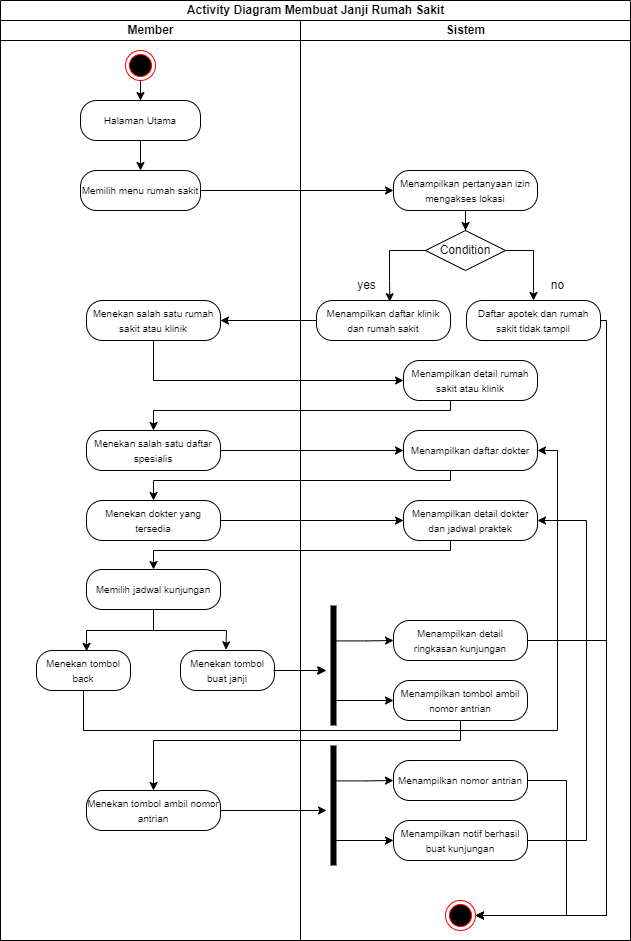
The draw.io diagram activity diagram/Member/buat janji rs.drawio.png in Muhamadrafliseptian/rancangan-sistem-dan-dokumen, before a commit. Source tidied: cells renumbered, new cells last; positions are measured from the earlier drawing's top-left corner, leaving out a move shared by most shapes. Source of this version:
```xml
<mxGraphModel>
  <root>
    <mxCell id="0" />
    <mxCell id="1" parent="0" />
    <mxCell id="2" value="Activity Diagram Membuat Janji Rumah Sakit" style="swimlane;startSize=20;html=1;" parent="1" vertex="1">
      <mxGeometry width="630" height="940" as="geometry" />
    </mxCell>
    <mxCell id="3" value="Member" style="swimlane;startSize=20;html=1;" parent="2" vertex="1">
      <mxGeometry y="20" width="300" height="920" as="geometry" />
    </mxCell>
    <mxCell id="4" style="edgeStyle=orthogonalEdgeStyle;rounded=0;jettySize=auto;html=1;" parent="3" edge="1" source="5" target="7">
      <mxGeometry relative="1" as="geometry" />
    </mxCell>
    <mxCell id="5" style="ellipse;html=1;shape=endState;fillColor=#000000;strokeColor=#ff0000;" parent="3" vertex="1">
      <mxGeometry x="125" y="30" width="30" height="30" as="geometry" />
    </mxCell>
    <mxCell id="6" style="edgeStyle=orthogonalEdgeStyle;rounded=0;jettySize=auto;html=1;" parent="3" edge="1" source="7" target="8">
      <mxGeometry relative="1" as="geometry" />
    </mxCell>
    <mxCell id="7" value="&lt;font style=&quot;font-size: 10px;&quot;&gt;Halaman Utama&lt;/font&gt;" style="rounded=1;whiteSpace=wrap;html=1;arcSize=40;fontColor=#000000;fillColor=default;strokeColor=default;" parent="3" vertex="1">
      <mxGeometry x="80" y="80" width="120" height="40" as="geometry" />
    </mxCell>
    <mxCell id="8" value="&lt;font style=&quot;font-size: 10px;&quot;&gt;Memilih menu rumah sakit&lt;/font&gt;" style="rounded=1;whiteSpace=wrap;html=1;arcSize=40;fontColor=#000000;fillColor=default;strokeColor=default;" parent="3" vertex="1">
      <mxGeometry x="80" y="150" width="120" height="40" as="geometry" />
    </mxCell>
    <mxCell id="9" value="&lt;font style=&quot;font-size: 10px;&quot;&gt;Menekan salah satu rumah sakit atau klinik&lt;/font&gt;" style="rounded=1;whiteSpace=wrap;html=1;arcSize=40;fontColor=#000000;fillColor=default;strokeColor=default;" parent="3" vertex="1">
      <mxGeometry x="86" y="280" width="134" height="40" as="geometry" />
    </mxCell>
    <mxCell id="10" value="&lt;font style=&quot;font-size: 10px;&quot;&gt;Menekan salah satu daftar spesialis&lt;/font&gt;" style="rounded=1;whiteSpace=wrap;html=1;arcSize=40;fontColor=#000000;fillColor=default;strokeColor=default;" parent="3" vertex="1">
      <mxGeometry x="86" y="410" width="134" height="40" as="geometry" />
    </mxCell>
    <mxCell id="11" value="&lt;font style=&quot;font-size: 10px;&quot;&gt;Menekan dokter yang tersedia&lt;/font&gt;" style="rounded=1;whiteSpace=wrap;html=1;arcSize=40;fontColor=#000000;fillColor=default;strokeColor=default;" parent="3" vertex="1">
      <mxGeometry x="86" y="480" width="134" height="40" as="geometry" />
    </mxCell>
    <mxCell id="12" value="&lt;font style=&quot;font-size: 10px;&quot;&gt;Memilih jadwal kunjungan&lt;/font&gt;" style="rounded=1;whiteSpace=wrap;html=1;arcSize=40;fontColor=#000000;fillColor=default;strokeColor=default;" parent="3" vertex="1">
      <mxGeometry x="86" y="549" width="134" height="40" as="geometry" />
    </mxCell>
    <mxCell id="13" value="&lt;font style=&quot;font-size: 10px;&quot;&gt;Menekan tombol buat janji&lt;/font&gt;" style="rounded=1;whiteSpace=wrap;html=1;arcSize=40;fontColor=#000000;fillColor=default;strokeColor=default;" parent="3" vertex="1">
      <mxGeometry x="180" y="630" width="94" height="40" as="geometry" />
    </mxCell>
    <mxCell id="14" value="&lt;font style=&quot;font-size: 10px;&quot;&gt;Menekan tombol back&lt;/font&gt;" style="rounded=1;whiteSpace=wrap;html=1;arcSize=40;fontColor=#000000;fillColor=default;strokeColor=default;" parent="3" vertex="1">
      <mxGeometry x="36" y="630" width="94" height="40" as="geometry" />
    </mxCell>
    <mxCell id="15" style="endArrow=none;html=1;rounded=0;strokeColor=default;" parent="3" edge="1">
      <mxGeometry relative="1" as="geometry">
        <mxPoint x="86" y="610" as="sourcePoint" />
        <mxPoint x="226" y="610" as="targetPoint" />
      </mxGeometry>
    </mxCell>
    <mxCell id="16" value="&lt;font style=&quot;font-size: 10px;&quot;&gt;Menekan tombol ambil nomor antrian&lt;/font&gt;" style="rounded=1;whiteSpace=wrap;html=1;arcSize=40;fontColor=#000000;fillColor=default;strokeColor=default;" parent="3" vertex="1">
      <mxGeometry x="86" y="770" width="134" height="40" as="geometry" />
    </mxCell>
    <mxCell id="17" style="edgeStyle=orthogonalEdgeStyle;rounded=0;jettySize=auto;html=1;entryX=0;entryY=0.5;entryDx=0;entryDy=0;" parent="2" edge="1" source="8" target="30">
      <mxGeometry relative="1" as="geometry" />
    </mxCell>
    <mxCell id="18" style="edgeStyle=orthogonalEdgeStyle;rounded=0;jettySize=auto;html=1;strokeColor=default;" parent="2" edge="1" source="31" target="9">
      <mxGeometry relative="1" as="geometry" />
    </mxCell>
    <mxCell id="19" style="edgeStyle=orthogonalEdgeStyle;rounded=0;jettySize=auto;html=1;entryX=0;entryY=0.5;entryDx=0;entryDy=0;strokeColor=default;" parent="2" edge="1" source="9" target="36">
      <mxGeometry relative="1" as="geometry">
        <Array as="points">
          <mxPoint x="153" y="380" />
        </Array>
      </mxGeometry>
    </mxCell>
    <mxCell id="20" style="edgeStyle=orthogonalEdgeStyle;rounded=0;jettySize=auto;html=1;entryX=0.5;entryY=0;entryDx=0;entryDy=0;strokeColor=default;" parent="2" edge="1" source="36" target="10">
      <mxGeometry relative="1" as="geometry">
        <Array as="points">
          <mxPoint x="450" y="410" />
          <mxPoint x="153" y="410" />
        </Array>
      </mxGeometry>
    </mxCell>
    <mxCell id="21" style="edgeStyle=orthogonalEdgeStyle;rounded=0;jettySize=auto;html=1;entryX=0;entryY=0.5;entryDx=0;entryDy=0;strokeColor=default;" parent="2" edge="1" source="10" target="37">
      <mxGeometry relative="1" as="geometry" />
    </mxCell>
    <mxCell id="22" style="edgeStyle=orthogonalEdgeStyle;rounded=0;jettySize=auto;html=1;entryX=0.5;entryY=0;entryDx=0;entryDy=0;strokeColor=default;" parent="2" edge="1" source="37" target="11">
      <mxGeometry relative="1" as="geometry">
        <Array as="points">
          <mxPoint x="450" y="480" />
          <mxPoint x="153" y="480" />
        </Array>
      </mxGeometry>
    </mxCell>
    <mxCell id="23" style="edgeStyle=orthogonalEdgeStyle;rounded=0;jettySize=auto;html=1;entryX=0;entryY=0.5;entryDx=0;entryDy=0;strokeColor=default;" parent="2" edge="1" source="11" target="38">
      <mxGeometry relative="1" as="geometry" />
    </mxCell>
    <mxCell id="24" style="edgeStyle=orthogonalEdgeStyle;rounded=0;jettySize=auto;html=1;strokeColor=default;" parent="2" edge="1" source="38" target="12">
      <mxGeometry relative="1" as="geometry">
        <Array as="points">
          <mxPoint x="450" y="550" />
          <mxPoint x="153" y="550" />
        </Array>
      </mxGeometry>
    </mxCell>
    <mxCell id="25" value="Sistem" style="swimlane;startSize=20;html=1;" parent="2" vertex="1">
      <mxGeometry x="300" y="20" width="330" height="920" as="geometry" />
    </mxCell>
    <mxCell id="26" style="edgeStyle=orthogonalEdgeStyle;rounded=0;jettySize=auto;html=1;entryX=0.547;entryY=0.029;entryDx=0;entryDy=0;entryPerimeter=0;" parent="25" edge="1" source="28" target="31">
      <mxGeometry relative="1" as="geometry">
        <Array as="points">
          <mxPoint x="89" y="230" />
          <mxPoint x="89" y="260" />
        </Array>
      </mxGeometry>
    </mxCell>
    <mxCell id="27" style="edgeStyle=orthogonalEdgeStyle;rounded=0;jettySize=auto;html=1;" parent="25" edge="1" source="28" target="33">
      <mxGeometry relative="1" as="geometry">
        <Array as="points">
          <mxPoint x="233" y="230" />
          <mxPoint x="233" y="270" />
          <mxPoint x="233" y="270" />
        </Array>
      </mxGeometry>
    </mxCell>
    <mxCell id="28" value="Condition" style="rhombus;whiteSpace=wrap;html=1;fontColor=#000000;fillColor=default;strokeColor=default;" parent="25" vertex="1">
      <mxGeometry x="125" y="210" width="80" height="40" as="geometry" />
    </mxCell>
    <mxCell id="29" style="edgeStyle=orthogonalEdgeStyle;rounded=0;jettySize=auto;html=1;" parent="25" edge="1" source="30" target="28">
      <mxGeometry relative="1" as="geometry" />
    </mxCell>
    <mxCell id="30" value="&lt;font style=&quot;font-size: 10px;&quot;&gt;Menampilkan pertanyaan izin mengakses lokasi&lt;/font&gt;" style="rounded=1;whiteSpace=wrap;html=1;arcSize=40;fontColor=#000000;fillColor=default;strokeColor=default;" parent="25" vertex="1">
      <mxGeometry x="93" y="150" width="144" height="40" as="geometry" />
    </mxCell>
    <mxCell id="31" value="&lt;font style=&quot;font-size: 10px;&quot;&gt;Menampilkan daftar klinik dan rumah sakit&lt;/font&gt;" style="rounded=1;whiteSpace=wrap;html=1;arcSize=40;fontColor=#000000;fillColor=default;strokeColor=default;" parent="25" vertex="1">
      <mxGeometry x="16" y="280" width="134" height="40" as="geometry" />
    </mxCell>
    <mxCell id="32" style="edgeStyle=orthogonalEdgeStyle;rounded=0;jettySize=auto;html=1;entryX=1;entryY=0.5;entryDx=0;entryDy=0;strokeColor=default;" parent="25" edge="1" source="33" target="54">
      <mxGeometry relative="1" as="geometry">
        <Array as="points">
          <mxPoint x="306" y="300" />
          <mxPoint x="306" y="895" />
        </Array>
      </mxGeometry>
    </mxCell>
    <mxCell id="33" value="&lt;font style=&quot;font-size: 10px;&quot;&gt;Daftar apotek dan rumah sakit tidak tampil&lt;/font&gt;" style="rounded=1;whiteSpace=wrap;html=1;arcSize=40;fontColor=#000000;fillColor=default;strokeColor=default;" parent="25" vertex="1">
      <mxGeometry x="166" y="280" width="134" height="40" as="geometry" />
    </mxCell>
    <mxCell id="34" value="yes" style="text;html=1;align=center;verticalAlign=middle;strokeColor=none;fillColor=none;" parent="25" vertex="1">
      <mxGeometry x="46" y="250" width="40" height="30" as="geometry" />
    </mxCell>
    <mxCell id="35" value="no" style="text;html=1;align=center;verticalAlign=middle;strokeColor=none;fillColor=none;" parent="25" vertex="1">
      <mxGeometry x="237" y="250" width="40" height="30" as="geometry" />
    </mxCell>
    <mxCell id="36" value="&lt;font style=&quot;font-size: 10px;&quot;&gt;Menampilkan detail rumah sakit atau klinik&lt;/font&gt;" style="rounded=1;whiteSpace=wrap;html=1;arcSize=40;fontColor=#000000;fillColor=default;strokeColor=default;" parent="25" vertex="1">
      <mxGeometry x="103" y="340" width="134" height="40" as="geometry" />
    </mxCell>
    <mxCell id="37" value="&lt;font style=&quot;font-size: 10px;&quot;&gt;Menampilkan daftar dokter&lt;/font&gt;" style="rounded=1;whiteSpace=wrap;html=1;arcSize=40;fontColor=#000000;fillColor=default;strokeColor=default;" parent="25" vertex="1">
      <mxGeometry x="103" y="410" width="134" height="40" as="geometry" />
    </mxCell>
    <mxCell id="38" value="&lt;font style=&quot;font-size: 10px;&quot;&gt;Menampilkan detail dokter dan jadwal praktek&lt;/font&gt;" style="rounded=1;whiteSpace=wrap;html=1;arcSize=40;fontColor=#000000;fillColor=default;strokeColor=default;" parent="25" vertex="1">
      <mxGeometry x="103" y="480" width="134" height="40" as="geometry" />
    </mxCell>
    <mxCell id="39" style="edgeStyle=orthogonalEdgeStyle;rounded=0;jettySize=auto;html=1;entryX=1;entryY=0.5;entryDx=0;entryDy=0;strokeColor=default;" parent="25" edge="1" source="40" target="54">
      <mxGeometry relative="1" as="geometry">
        <Array as="points">
          <mxPoint x="306" y="620" />
          <mxPoint x="306" y="895" />
        </Array>
      </mxGeometry>
    </mxCell>
    <mxCell id="40" value="&lt;font style=&quot;font-size: 10px;&quot;&gt;Menampilkan detail ringkasan kunjungan&lt;/font&gt;" style="rounded=1;whiteSpace=wrap;html=1;arcSize=40;fontColor=#000000;fillColor=default;strokeColor=default;" parent="25" vertex="1">
      <mxGeometry x="93" y="600" width="134" height="40" as="geometry" />
    </mxCell>
    <mxCell id="41" value="&lt;font style=&quot;font-size: 10px;&quot;&gt;Menampilkan tombol ambil nomor antrian&lt;/font&gt;" style="rounded=1;whiteSpace=wrap;html=1;arcSize=40;fontColor=#000000;fillColor=default;strokeColor=default;" parent="25" vertex="1">
      <mxGeometry x="93" y="660" width="134" height="40" as="geometry" />
    </mxCell>
    <mxCell id="42" style="edgeStyle=orthogonalEdgeStyle;rounded=0;jettySize=auto;html=1;entryX=0;entryY=0.5;entryDx=0;entryDy=0;strokeColor=default;exitX=0.295;exitY=0.467;exitDx=0;exitDy=0;exitPerimeter=0;" parent="25" edge="1" source="43" target="40">
      <mxGeometry relative="1" as="geometry">
        <Array as="points">
          <mxPoint x="66" y="620" />
        </Array>
      </mxGeometry>
    </mxCell>
    <mxCell id="43" style="shape=line;html=1;strokeWidth=6;strokeColor=default;fillColor=default;rotation=90;" parent="25" vertex="1">
      <mxGeometry x="-27" y="640" width="120" height="10" as="geometry" />
    </mxCell>
    <mxCell id="44" style="edgeStyle=orthogonalEdgeStyle;rounded=0;jettySize=auto;html=1;strokeColor=default;entryX=0;entryY=0.5;entryDx=0;entryDy=0;exitX=0.75;exitY=0.5;exitDx=0;exitDy=0;exitPerimeter=0;" parent="25" edge="1" source="43" target="41">
      <mxGeometry relative="1" as="geometry">
        <Array as="points">
          <mxPoint x="33" y="680" />
        </Array>
      </mxGeometry>
    </mxCell>
    <mxCell id="45" style="edgeStyle=orthogonalEdgeStyle;rounded=0;jettySize=auto;html=1;entryX=1;entryY=0.5;entryDx=0;entryDy=0;strokeColor=default;" parent="25" edge="1" source="46" target="54">
      <mxGeometry relative="1" as="geometry">
        <Array as="points">
          <mxPoint x="266" y="760" />
          <mxPoint x="266" y="895" />
        </Array>
      </mxGeometry>
    </mxCell>
    <mxCell id="46" value="&lt;font style=&quot;font-size: 10px;&quot;&gt;Menampilkan nomor antrian&lt;/font&gt;" style="rounded=1;whiteSpace=wrap;html=1;arcSize=40;fontColor=#000000;fillColor=default;strokeColor=default;" parent="25" vertex="1">
      <mxGeometry x="93" y="740" width="134" height="40" as="geometry" />
    </mxCell>
    <mxCell id="47" style="edgeStyle=orthogonalEdgeStyle;rounded=0;orthogonalLoop=1;jettySize=auto;html=1;strokeColor=default;" parent="25" edge="1">
      <mxGeometry relative="1" as="geometry">
        <mxPoint x="-27" y="650" as="sourcePoint" />
        <mxPoint x="25" y="650" as="targetPoint" />
      </mxGeometry>
    </mxCell>
    <mxCell id="48" style="edgeStyle=orthogonalEdgeStyle;rounded=0;jettySize=auto;html=1;entryX=1;entryY=0.5;entryDx=0;entryDy=0;strokeColor=default;" parent="25" edge="1" source="49" target="38">
      <mxGeometry relative="1" as="geometry">
        <Array as="points">
          <mxPoint x="286" y="820" />
          <mxPoint x="286" y="500" />
        </Array>
      </mxGeometry>
    </mxCell>
    <mxCell id="49" value="&lt;font style=&quot;font-size: 10px;&quot;&gt;Menampilkan notif berhasil buat kunjungan&lt;/font&gt;" style="rounded=1;whiteSpace=wrap;html=1;arcSize=40;fontColor=#000000;fillColor=default;strokeColor=default;" parent="25" vertex="1">
      <mxGeometry x="93" y="800" width="134" height="40" as="geometry" />
    </mxCell>
    <mxCell id="50" style="edgeStyle=orthogonalEdgeStyle;rounded=0;jettySize=auto;html=1;entryX=0;entryY=0.5;entryDx=0;entryDy=0;strokeColor=default;exitX=0.295;exitY=0.467;exitDx=0;exitDy=0;exitPerimeter=0;" parent="25" edge="1" source="51">
      <mxGeometry relative="1" as="geometry">
        <mxPoint x="93" y="760" as="targetPoint" />
        <Array as="points">
          <mxPoint x="66" y="760" />
        </Array>
      </mxGeometry>
    </mxCell>
    <mxCell id="51" style="shape=line;html=1;strokeWidth=6;strokeColor=default;fillColor=default;rotation=90;" parent="25" vertex="1">
      <mxGeometry x="-27" y="780" width="120" height="10" as="geometry" />
    </mxCell>
    <mxCell id="52" style="edgeStyle=orthogonalEdgeStyle;rounded=0;jettySize=auto;html=1;strokeColor=default;entryX=0;entryY=0.5;entryDx=0;entryDy=0;exitX=0.75;exitY=0.5;exitDx=0;exitDy=0;exitPerimeter=0;" parent="25" edge="1" source="51" target="49">
      <mxGeometry relative="1" as="geometry">
        <Array as="points">
          <mxPoint x="33" y="820" />
        </Array>
      </mxGeometry>
    </mxCell>
    <mxCell id="53" style="edgeStyle=orthogonalEdgeStyle;rounded=0;jettySize=auto;html=1;strokeColor=default;" parent="25" edge="1" source="16">
      <mxGeometry relative="1" as="geometry">
        <mxPoint x="26" y="790" as="targetPoint" />
      </mxGeometry>
    </mxCell>
    <mxCell id="54" style="ellipse;html=1;shape=endState;fillColor=#000000;strokeColor=#ff0000;" parent="25" vertex="1">
      <mxGeometry x="145" y="880" width="30" height="30" as="geometry" />
    </mxCell>
    <mxCell id="55" style="edgeStyle=orthogonalEdgeStyle;rounded=0;jettySize=auto;html=1;entryX=1;entryY=0.5;entryDx=0;entryDy=0;strokeColor=default;" parent="2" edge="1" source="14" target="37">
      <mxGeometry relative="1" as="geometry">
        <Array as="points">
          <mxPoint x="83" y="730" />
          <mxPoint x="557" y="730" />
          <mxPoint x="557" y="450" />
        </Array>
      </mxGeometry>
    </mxCell>
    <mxCell id="56" style="edgeStyle=orthogonalEdgeStyle;rounded=0;jettySize=auto;html=1;entryX=0.5;entryY=0;entryDx=0;entryDy=0;strokeColor=default;" parent="2" edge="1" source="41" target="16">
      <mxGeometry relative="1" as="geometry">
        <Array as="points">
          <mxPoint x="460" y="740" />
          <mxPoint x="153" y="740" />
        </Array>
      </mxGeometry>
    </mxCell>
    <mxCell id="57" style="endArrow=none;html=1;rounded=0;strokeColor=default;exitX=0.5;exitY=1;exitDx=0;exitDy=0;" parent="1" edge="1" source="12">
      <mxGeometry relative="1" as="geometry">
        <mxPoint x="153" y="630" as="targetPoint" />
      </mxGeometry>
    </mxCell>
    <mxCell id="58" style="endArrow=classic;html=1;rounded=0;strokeColor=default;entryX=0.533;entryY=0.021;entryDx=0;entryDy=0;entryPerimeter=0;" parent="1" edge="1" target="14">
      <mxGeometry relative="1" as="geometry">
        <mxPoint x="86" y="630" as="sourcePoint" />
      </mxGeometry>
    </mxCell>
    <mxCell id="59" style="endArrow=classic;html=1;rounded=0;strokeColor=default;entryX=0.484;entryY=-0.017;entryDx=0;entryDy=0;entryPerimeter=0;" parent="1" edge="1" target="13">
      <mxGeometry relative="1" as="geometry">
        <mxPoint x="226" y="630" as="sourcePoint" />
      </mxGeometry>
    </mxCell>
    <mxCell id="60" style="edgeStyle=orthogonalEdgeStyle;rounded=0;jettySize=auto;html=1;strokeColor=default;" parent="1" edge="1" source="13">
      <mxGeometry relative="1" as="geometry">
        <mxPoint x="326" y="670" as="targetPoint" />
      </mxGeometry>
    </mxCell>
  </root>
</mxGraphModel>
```
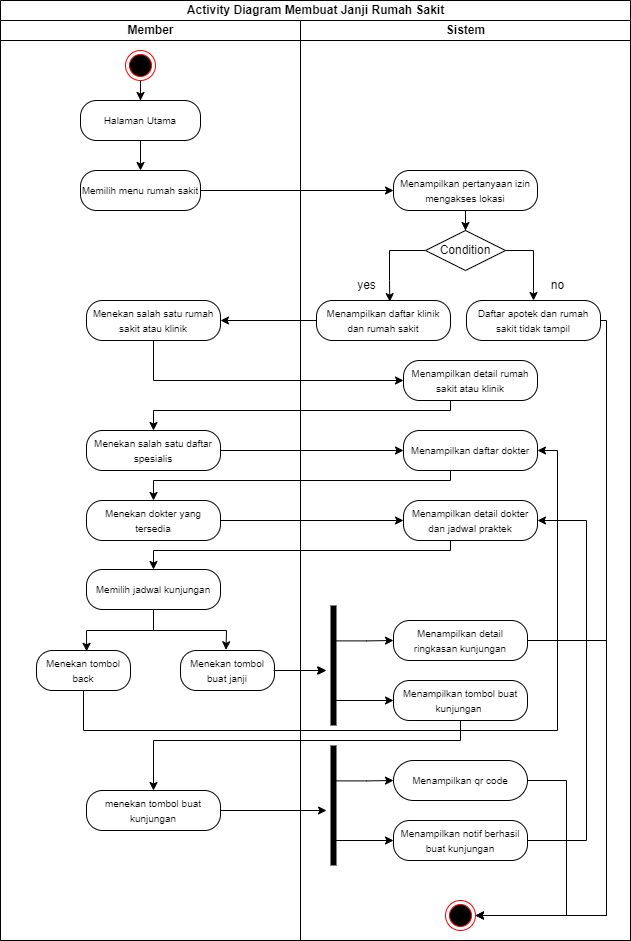
Later version of the same file.

Diff of the diagram source:
```diff
@@ -47,7 +47,7 @@
         <mxPoint x="226" y="610" as="targetPoint" />
       </mxGeometry>
     </mxCell>
-    <mxCell id="16" value="&lt;font style=&quot;font-size: 10px;&quot;&gt;Menekan tombol ambil nomor antrian&lt;/font&gt;" style="rounded=1;whiteSpace=wrap;html=1;arcSize=40;fontColor=#000000;fillColor=default;strokeColor=default;" parent="3" vertex="1">
+    <mxCell id="16" value="&lt;font style=&quot;font-size: 10px;&quot;&gt;menekan tombol buat kunjungan&lt;/font&gt;" style="rounded=1;whiteSpace=wrap;html=1;arcSize=40;fontColor=#000000;fillColor=default;strokeColor=default;" parent="3" vertex="1">
       <mxGeometry x="86" y="770" width="134" height="40" as="geometry" />
     </mxCell>
     <mxCell id="17" style="edgeStyle=orthogonalEdgeStyle;rounded=0;jettySize=auto;html=1;entryX=0;entryY=0.5;entryDx=0;entryDy=0;" parent="2" edge="1" source="8" target="30">
@@ -162,7 +162,7 @@
     <mxCell id="40" value="&lt;font style=&quot;font-size: 10px;&quot;&gt;Menampilkan detail ringkasan kunjungan&lt;/font&gt;" style="rounded=1;whiteSpace=wrap;html=1;arcSize=40;fontColor=#000000;fillColor=default;strokeColor=default;" parent="25" vertex="1">
       <mxGeometry x="93" y="600" width="134" height="40" as="geometry" />
     </mxCell>
-    <mxCell id="41" value="&lt;font style=&quot;font-size: 10px;&quot;&gt;Menampilkan tombol ambil nomor antrian&lt;/font&gt;" style="rounded=1;whiteSpace=wrap;html=1;arcSize=40;fontColor=#000000;fillColor=default;strokeColor=default;" parent="25" vertex="1">
+    <mxCell id="41" value="&lt;font style=&quot;font-size: 10px;&quot;&gt;Menampilkan tombol buat kunjungan&amp;nbsp;&lt;/font&gt;" style="rounded=1;whiteSpace=wrap;html=1;arcSize=40;fontColor=#000000;fillColor=default;strokeColor=default;" parent="25" vertex="1">
       <mxGeometry x="93" y="660" width="134" height="40" as="geometry" />
     </mxCell>
     <mxCell id="42" style="edgeStyle=orthogonalEdgeStyle;rounded=0;jettySize=auto;html=1;entryX=0;entryY=0.5;entryDx=0;entryDy=0;strokeColor=default;exitX=0.295;exitY=0.467;exitDx=0;exitDy=0;exitPerimeter=0;" parent="25" edge="1" source="43" target="40">
@@ -190,7 +190,7 @@
         </Array>
       </mxGeometry>
     </mxCell>
-    <mxCell id="46" value="&lt;font style=&quot;font-size: 10px;&quot;&gt;Menampilkan nomor antrian&lt;/font&gt;" style="rounded=1;whiteSpace=wrap;html=1;arcSize=40;fontColor=#000000;fillColor=default;strokeColor=default;" parent="25" vertex="1">
+    <mxCell id="46" value="&lt;font style=&quot;font-size: 10px;&quot;&gt;Menampilkan qr code&lt;/font&gt;" style="rounded=1;whiteSpace=wrap;html=1;arcSize=50;fontColor=#000000;fillColor=default;strokeColor=default;" parent="25" vertex="1">
       <mxGeometry x="93" y="740" width="134" height="40" as="geometry" />
     </mxCell>
     <mxCell id="47" style="edgeStyle=orthogonalEdgeStyle;rounded=0;orthogonalLoop=1;jettySize=auto;html=1;strokeColor=default;" parent="25" edge="1">
```
